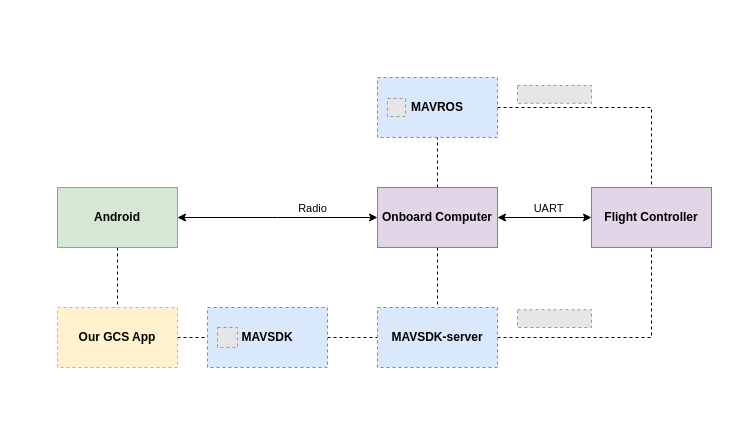
RoboDD/my-flow-chart keeps this draw.io diagram as desired-com.drawio. Above is the earlier version. Source tidied: cells renumbered, new cells numbered last; positions are measured from the earlier drawing's top-left corner, leaving out a move shared by most shapes. Both pictures are drawn from the tidied source at 100%, with x=0, y=0 at pixel (57, 77). Pictures stored in the file or linked from it are replaced by grey dashed boxes.
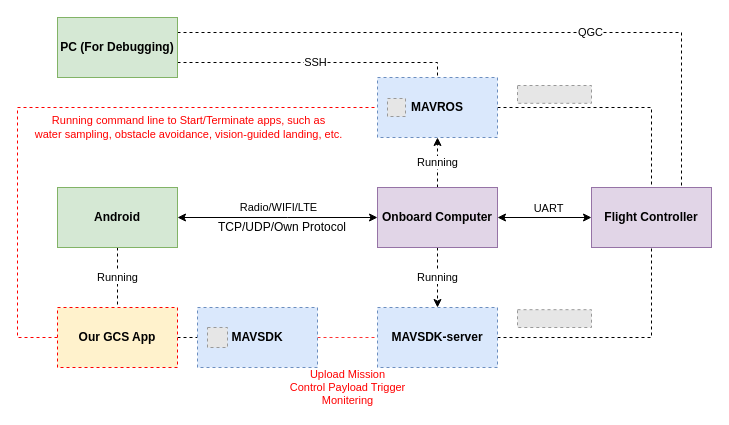
The same diagram, later.

Unchanged cells that the change refers to:
```xml
<mxCell id="2" value="Flight Controller" style="rounded=0;whiteSpace=wrap;html=1;fillColor=#e1d5e7;strokeColor=#9673a6;fontStyle=1;" parent="1" vertex="1">
  <mxGeometry x="534" y="110" width="120" height="60" as="geometry" />
</mxCell>
<mxCell id="7" value="Onboard Computer" style="rounded=0;whiteSpace=wrap;html=1;fillColor=#e1d5e7;strokeColor=#9673a6;fontStyle=1;" parent="1" vertex="1">
  <mxGeometry x="320" y="110" width="120" height="60" as="geometry" />
</mxCell>
<mxCell id="9" value="MAVROS" style="rounded=0;whiteSpace=wrap;html=1;fillColor=#dae8fc;strokeColor=#6c8ebf;fontStyle=1;dashed=1;" parent="1" vertex="1">
  <mxGeometry x="320" width="120" height="60" as="geometry" />
</mxCell>
<mxCell id="13" value="Android" style="rounded=0;whiteSpace=wrap;html=1;fillColor=#d5e8d4;strokeColor=#82b366;fontStyle=1;" parent="1" vertex="1">
  <mxGeometry y="110" width="120" height="60" as="geometry" />
</mxCell>
<mxCell id="22" value="MAVSDK-server" style="rounded=0;whiteSpace=wrap;html=1;fillColor=#dae8fc;strokeColor=#6c8ebf;fontStyle=1;dashed=1;" parent="1" vertex="1">
  <mxGeometry x="320" y="230" width="120" height="60" as="geometry" />
</mxCell>
```

Diff of the diagram source:
```diff
@@
-    <mxCell id="5" style="edgeStyle=orthogonalEdgeStyle;rounded=0;jettySize=auto;html=1;exitX=0.5;exitY=0;exitDx=0;exitDy=0;entryX=0.5;entryY=1;entryDx=0;entryDy=0;dashed=1;startArrow=none;startFill=0;endArrow=none;endFill=0;" parent="1" edge="1" source="7" target="9">
+    <mxCell id="5" value="Running" style="edgeStyle=orthogonalEdgeStyle;rounded=0;jettySize=auto;html=1;exitX=0.5;exitY=0;exitDx=0;exitDy=0;entryX=0.5;entryY=1;entryDx=0;entryDy=0;dashed=1;startArrow=none;startFill=0;endArrow=classic;endFill=1;" parent="1" edge="1" source="7" target="9">
       <mxGeometry relative="1" as="geometry" />
     </mxCell>
-    <mxCell id="6" style="edgeStyle=orthogonalEdgeStyle;rounded=0;jettySize=auto;html=1;exitX=0.5;exitY=1;exitDx=0;exitDy=0;entryX=0.5;entryY=0;entryDx=0;entryDy=0;dashed=1;endArrow=none;endFill=0;" parent="1" edge="1" source="7" target="22">
+    <mxCell id="6" value="Running" style="edgeStyle=orthogonalEdgeStyle;rounded=0;jettySize=auto;html=1;exitX=0.5;exitY=1;exitDx=0;exitDy=0;entryX=0.5;entryY=0;entryDx=0;entryDy=0;dashed=1;endArrow=classic;endFill=1;" parent="1" edge="1" source="7" target="22">
       <mxGeometry relative="1" as="geometry" />
     </mxCell>
@@
+    <mxCell id="24" value="Running command line to Start/Terminate apps, such as &lt;br&gt;water sampling, obstacle avoidance, vision-guided landing, etc." style="edgeStyle=orthogonalEdgeStyle;rounded=0;jettySize=auto;html=1;exitX=0;exitY=0.5;exitDx=0;exitDy=0;entryX=0;entryY=0.5;entryDx=0;entryDy=0;dashed=1;startArrow=none;startFill=0;endArrow=none;endFill=0;strokeColor=#FF0000;fontColor=#FF0000;" parent="1" edge="1" source="11" target="9">
+      <mxGeometry x="0.4" y="-20" relative="1" as="geometry">
+        <Array as="points">
+          <mxPoint x="-40" y="260" />
+          <mxPoint x="-40" y="30" />
+        </Array>
+      </mxGeometry>
+    </mxCell>
-    <mxCell id="11" value="Our GCS App" style="rounded=0;whiteSpace=wrap;html=1;fillColor=#fff2cc;strokeColor=#d6b656;fontStyle=1;dashed=1;" parent="1" vertex="1">
+    <mxCell id="11" value="Our GCS App" style="rounded=0;whiteSpace=wrap;html=1;fillColor=#fff2cc;fontStyle=1;dashed=1;strokeColor=#FF0000;" parent="1" vertex="1">
       <mxGeometry y="230" width="120" height="60" as="geometry" />
     </mxCell>
-    <mxCell id="12" style="edgeStyle=orthogonalEdgeStyle;rounded=0;jettySize=auto;html=1;exitX=0.5;exitY=1;exitDx=0;exitDy=0;entryX=0.5;entryY=0;entryDx=0;entryDy=0;dashed=1;endArrow=none;endFill=0;" parent="1" edge="1" source="13" target="11">
+    <mxCell id="12" value="Running" style="edgeStyle=orthogonalEdgeStyle;rounded=0;jettySize=auto;html=1;exitX=0.5;exitY=1;exitDx=0;exitDy=0;entryX=0.5;entryY=0;entryDx=0;entryDy=0;dashed=1;endArrow=none;endFill=0;" parent="1" edge="1" source="13" target="11">
       <mxGeometry relative="1" as="geometry" />
     </mxCell>
@@
-    <mxCell id="14" style="edgeStyle=orthogonalEdgeStyle;rounded=0;jettySize=auto;html=1;exitX=1;exitY=0.5;exitDx=0;exitDy=0;startArrow=classic;startFill=1;" parent="1" edge="1" source="13">
+    <mxCell id="14" style="edgeStyle=orthogonalEdgeStyle;rounded=0;jettySize=auto;html=1;exitX=1;exitY=0.5;exitDx=0;exitDy=0;startArrow=classic;startFill=1;entryX=0;entryY=0.5;entryDx=0;entryDy=0;" parent="1" edge="1" source="13" target="7">
       <mxGeometry relative="1" as="geometry">
-        <mxPoint x="320" y="140" as="targetPoint" />
+        <Array as="points">
+          <mxPoint x="230" y="140" />
+          <mxPoint x="230" y="140" />
+        </Array>
       </mxGeometry>
     </mxCell>
-    <mxCell id="15" style="edgeStyle=orthogonalEdgeStyle;rounded=0;jettySize=auto;html=1;exitX=1;exitY=0.5;exitDx=0;exitDy=0;entryX=0;entryY=0.5;entryDx=0;entryDy=0;dashed=1;endArrow=none;endFill=0;" parent="1" edge="1" source="16" target="22">
-      <mxGeometry relative="1" as="geometry" />
+    <mxCell id="15" value="Upload Mission&lt;br&gt;Control Payload Trigger&lt;br&gt;Monitering" style="edgeStyle=orthogonalEdgeStyle;rounded=0;jettySize=auto;html=1;exitX=1;exitY=0.5;exitDx=0;exitDy=0;entryX=0;entryY=0.5;entryDx=0;entryDy=0;dashed=1;endArrow=none;endFill=0;strokeColor=#FF3333;fontColor=#FF0000;" parent="1" edge="1" source="16" target="22">
+      <mxGeometry y="-50" relative="1" as="geometry" />
     </mxCell>
     <mxCell id="16" value="MAVSDK" style="rounded=0;whiteSpace=wrap;html=1;fillColor=#dae8fc;strokeColor=#6c8ebf;fontStyle=1;dashed=1;" parent="1" vertex="1">
-      <mxGeometry x="150" y="230" width="120" height="60" as="geometry" />
+      <mxGeometry x="140" y="230" width="120" height="60" as="geometry" />
     </mxCell>
-    <mxCell id="17" value="Radio" style="edgeLabel;html=1;align=center;verticalAlign=middle;" parent="1" vertex="1">
-      <mxGeometry x="254" y="130" as="geometry" />
+    <mxCell id="17" value="Radio/WIFI/LTE" style="edgeLabel;html=1;align=center;verticalAlign=middle;" parent="1" vertex="1">
+      <mxGeometry x="220" y="129" as="geometry" />
     </mxCell>
@@
     <mxCell id="20" style="fillColor=#E6E6E6;strokeColor=#999999;dashed=1;html=1;verticalAlign=top;verticalLabelPosition=bottom;labelBackgroundColor=#ffffff;" parent="1" vertex="1">
-      <mxGeometry x="160" y="250" width="20" height="20" as="geometry" />
+      <mxGeometry x="150" y="250" width="20" height="20" as="geometry" />
     </mxCell>
@@
+    <mxCell id="25" value="TCP/UDP/Own Protocol" style="text;html=1;strokeColor=none;fillColor=none;align=center;verticalAlign=middle;whiteSpace=wrap;rounded=0;" parent="1" vertex="1">
+      <mxGeometry x="140" y="140" width="170" height="20" as="geometry" />
+    </mxCell>
+    <mxCell id="26" value="SSH" style="edgeStyle=orthogonalEdgeStyle;rounded=0;jettySize=auto;html=1;exitX=1;exitY=0.75;exitDx=0;exitDy=0;entryX=0.5;entryY=0;entryDx=0;entryDy=0;startArrow=none;startFill=0;endArrow=none;endFill=0;dashed=1;" parent="1" edge="1" source="29" target="9">
+      <mxGeometry relative="1" as="geometry">
+        <Array as="points">
+          <mxPoint x="380" y="-15" />
+        </Array>
+      </mxGeometry>
+    </mxCell>
+    <mxCell id="27" style="edgeStyle=orthogonalEdgeStyle;rounded=0;jettySize=auto;html=1;exitX=1;exitY=0.25;exitDx=0;exitDy=0;entryX=0.75;entryY=0;entryDx=0;entryDy=0;dashed=1;startArrow=none;startFill=0;endArrow=none;endFill=0;" parent="1" edge="1" source="29" target="2">
+      <mxGeometry relative="1" as="geometry" />
+    </mxCell>
+    <mxCell id="28" value="QGC" style="edgeLabel;html=1;align=center;verticalAlign=middle;" parent="27" vertex="1">
+      <mxGeometry x="0.25" y="1" relative="1" as="geometry" />
+    </mxCell>
+    <mxCell id="29" value="PC (For Debugging)" style="rounded=0;whiteSpace=wrap;html=1;fillColor=#d5e8d4;strokeColor=#82b366;fontStyle=1;" parent="1" vertex="1">
+      <mxGeometry y="-60" width="120" height="60" as="geometry" />
+    </mxCell>
```
